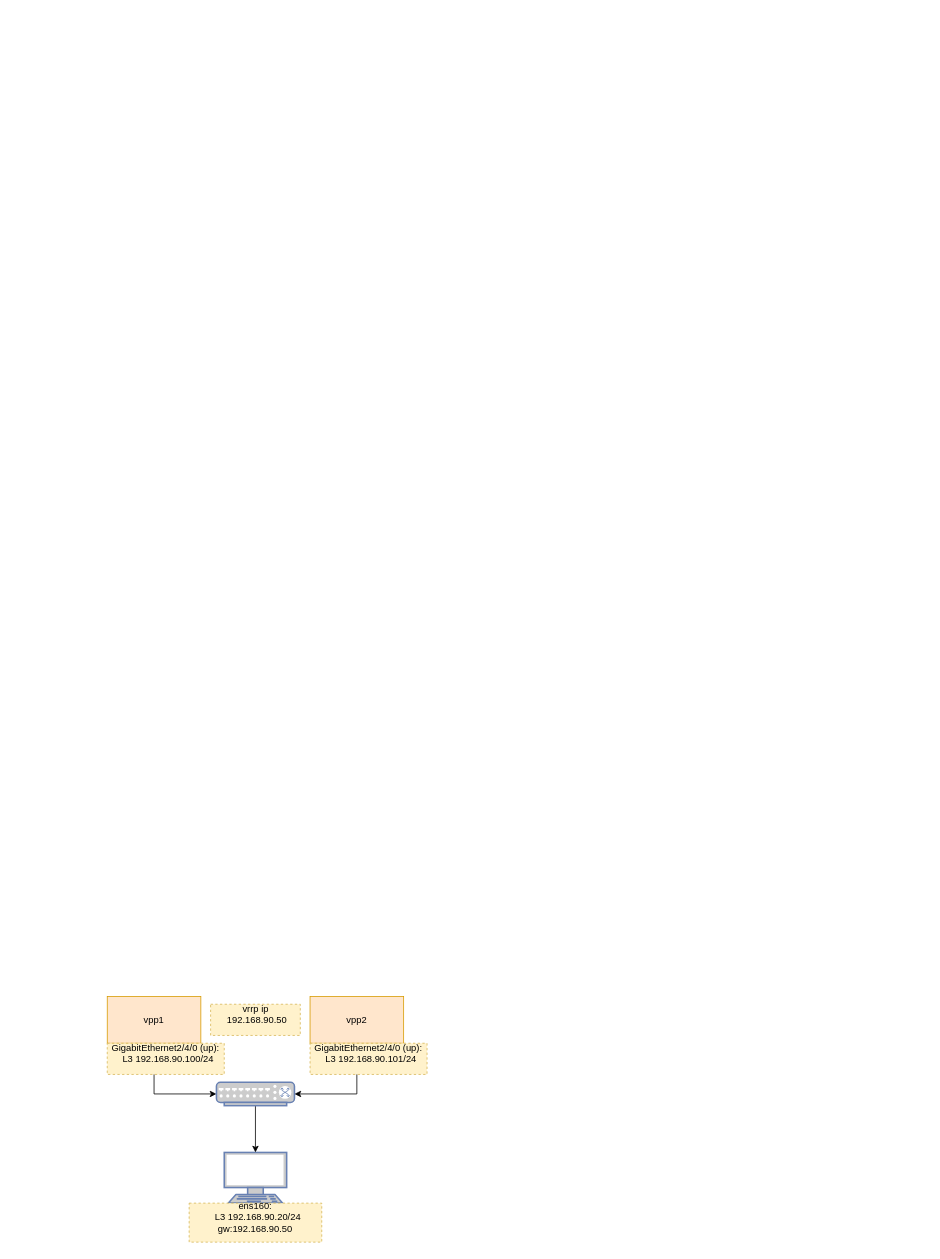
Above: new_map/vrrp.drawio in jin13417/dpdk-vpp-learning (draw.io), before the change. Source tidied: cells renumbered, new cells numbered last; positions are measured from the earlier drawing's top-left corner, leaving out a move shared by most shapes. Both pictures are drawn from the tidied source at 78%, with x=0, y=0 at pixel (107, 996).
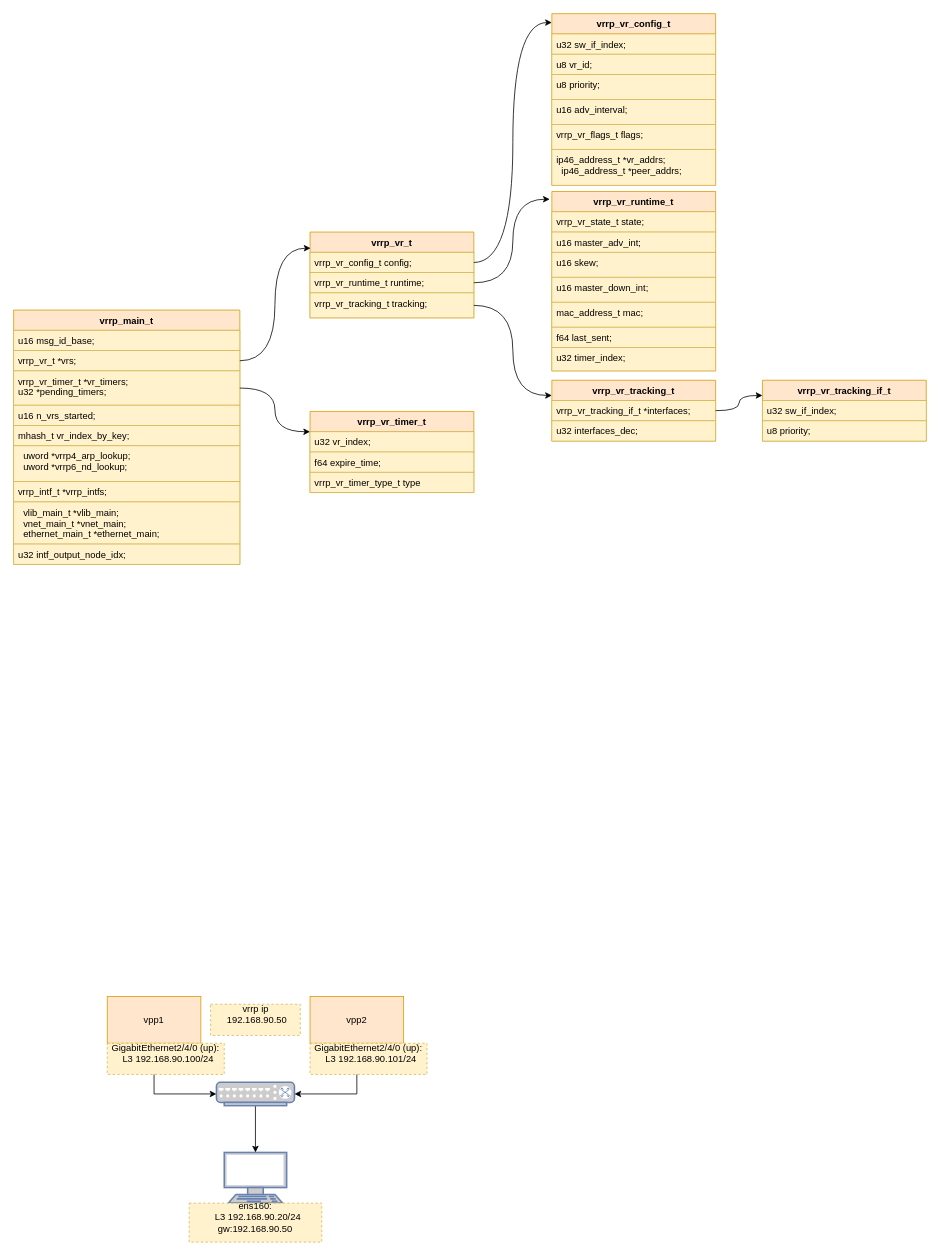
The same diagram, later.

What changed in the source:
```diff
@@
+    <mxCell id="13" value="vrrp_main_t" style="swimlane;fontStyle=1;align=center;verticalAlign=top;horizontal=1;startSize=26;strokeColor=#d79b00;fillColor=#ffe6cc;" parent="1" vertex="1">
+      <mxGeometry x="-120" y="-880" width="290" height="326" as="geometry" />
+    </mxCell>
+    <mxCell id="14" value="u16 msg_id_base;" style="text;strokeColor=#d6b656;fillColor=#fff2cc;align=left;verticalAlign=top;spacingLeft=4;spacingRight=4;overflow=hidden;" parent="13" vertex="1">
+      <mxGeometry y="26" width="290" height="26" as="geometry" />
+    </mxCell>
+    <mxCell id="15" value="vrrp_vr_t *vrs;" style="text;strokeColor=#d6b656;fillColor=#fff2cc;align=left;verticalAlign=top;spacingLeft=4;spacingRight=4;overflow=hidden;points=[[0,0.5],[1,0.5]];portConstraint=eastwest;" parent="13" vertex="1">
+      <mxGeometry y="52" width="290" height="26" as="geometry" />
+    </mxCell>
+    <mxCell id="16" value="vrrp_vr_timer_t *vr_timers;&#10;u32 *pending_timers;" style="text;strokeColor=#d6b656;fillColor=#fff2cc;align=left;verticalAlign=top;spacingLeft=4;spacingRight=4;overflow=hidden;points=[[0,0.5],[1,0.5]];portConstraint=eastwest;" parent="13" vertex="1">
+      <mxGeometry y="78" width="290" height="44" as="geometry" />
+    </mxCell>
+    <mxCell id="17" value="u16 n_vrs_started;" style="text;strokeColor=#d6b656;fillColor=#fff2cc;align=left;verticalAlign=top;spacingLeft=4;spacingRight=4;overflow=hidden;" parent="13" vertex="1">
+      <mxGeometry y="122" width="290" height="26" as="geometry" />
+    </mxCell>
+    <mxCell id="18" value="mhash_t vr_index_by_key;" style="text;strokeColor=#d6b656;fillColor=#fff2cc;align=left;verticalAlign=top;spacingLeft=4;spacingRight=4;overflow=hidden;" parent="13" vertex="1">
+      <mxGeometry y="148" width="290" height="26" as="geometry" />
+    </mxCell>
+    <mxCell id="19" value="  uword *vrrp4_arp_lookup;&#10;  uword *vrrp6_nd_lookup;" style="text;strokeColor=#d6b656;fillColor=#fff2cc;align=left;verticalAlign=top;spacingLeft=4;spacingRight=4;overflow=hidden;" parent="13" vertex="1">
+      <mxGeometry y="174" width="290" height="46" as="geometry" />
+    </mxCell>
+    <mxCell id="20" value="vrrp_intf_t *vrrp_intfs;" style="text;strokeColor=#d6b656;fillColor=#fff2cc;align=left;verticalAlign=top;spacingLeft=4;spacingRight=4;overflow=hidden;" parent="13" vertex="1">
+      <mxGeometry y="220" width="290" height="26" as="geometry" />
+    </mxCell>
+    <mxCell id="21" value="  vlib_main_t *vlib_main;&#10;  vnet_main_t *vnet_main;&#10;  ethernet_main_t *ethernet_main;" style="text;strokeColor=#d6b656;fillColor=#fff2cc;align=left;verticalAlign=top;spacingLeft=4;spacingRight=4;overflow=hidden;" parent="13" vertex="1">
+      <mxGeometry y="246" width="290" height="54" as="geometry" />
+    </mxCell>
+    <mxCell id="22" value="u32 intf_output_node_idx;" style="text;strokeColor=#d6b656;fillColor=#fff2cc;align=left;verticalAlign=top;spacingLeft=4;spacingRight=4;overflow=hidden;" parent="13" vertex="1">
+      <mxGeometry y="300" width="290" height="26" as="geometry" />
+    </mxCell>
+    <mxCell id="23" value="vrrp_vr_t" style="swimlane;fontStyle=1;align=center;verticalAlign=top;horizontal=1;startSize=26;strokeColor=#d79b00;fillColor=#ffe6cc;" parent="1" vertex="1">
+      <mxGeometry x="260" y="-980" width="210" height="110" as="geometry" />
+    </mxCell>
+    <mxCell id="24" value="vrrp_vr_config_t config;" style="text;strokeColor=#d6b656;fillColor=#fff2cc;align=left;verticalAlign=top;spacingLeft=4;spacingRight=4;overflow=hidden;points=[[0,0.5],[1,0.5]];portConstraint=eastwest;" parent="23" vertex="1">
+      <mxGeometry y="26" width="210" height="26" as="geometry" />
+    </mxCell>
+    <mxCell id="25" value="vrrp_vr_runtime_t runtime;" style="text;strokeColor=#d6b656;fillColor=#fff2cc;align=left;verticalAlign=top;spacingLeft=4;spacingRight=4;overflow=hidden;points=[[0,0.5],[1,0.5]];portConstraint=eastwest;" parent="23" vertex="1">
+      <mxGeometry y="52" width="210" height="26" as="geometry" />
+    </mxCell>
+    <mxCell id="26" value="vrrp_vr_tracking_t tracking;" style="text;strokeColor=#d6b656;fillColor=#fff2cc;align=left;verticalAlign=top;spacingLeft=4;spacingRight=4;overflow=hidden;points=[[0,0.5],[1,0.5]];portConstraint=eastwest;" parent="23" vertex="1">
+      <mxGeometry y="78" width="210" height="32" as="geometry" />
+    </mxCell>
+    <mxCell id="27" value="vrrp_vr_config_t" style="swimlane;fontStyle=1;align=center;verticalAlign=top;horizontal=1;startSize=26;strokeColor=#d79b00;fillColor=#ffe6cc;" parent="1" vertex="1">
+      <mxGeometry x="570" y="-1260" width="210" height="220" as="geometry" />
+    </mxCell>
+    <mxCell id="28" value="u32 sw_if_index;" style="text;strokeColor=#d6b656;fillColor=#fff2cc;align=left;verticalAlign=top;spacingLeft=4;spacingRight=4;overflow=hidden;" parent="27" vertex="1">
+      <mxGeometry y="26" width="210" height="26" as="geometry" />
+    </mxCell>
+    <mxCell id="29" value="u8 vr_id;" style="text;strokeColor=#d6b656;fillColor=#fff2cc;align=left;verticalAlign=top;spacingLeft=4;spacingRight=4;overflow=hidden;" parent="27" vertex="1">
+      <mxGeometry y="52" width="210" height="26" as="geometry" />
+    </mxCell>
+    <mxCell id="30" value="u8 priority;" style="text;strokeColor=#d6b656;fillColor=#fff2cc;align=left;verticalAlign=top;spacingLeft=4;spacingRight=4;overflow=hidden;" parent="27" vertex="1">
+      <mxGeometry y="78" width="210" height="32" as="geometry" />
+    </mxCell>
+    <mxCell id="31" value="u16 adv_interval;" style="text;strokeColor=#d6b656;fillColor=#fff2cc;align=left;verticalAlign=top;spacingLeft=4;spacingRight=4;overflow=hidden;" parent="27" vertex="1">
+      <mxGeometry y="110" width="210" height="32" as="geometry" />
+    </mxCell>
+    <mxCell id="32" value="vrrp_vr_flags_t flags;" style="text;strokeColor=#d6b656;fillColor=#fff2cc;align=left;verticalAlign=top;spacingLeft=4;spacingRight=4;overflow=hidden;" parent="27" vertex="1">
+      <mxGeometry y="142" width="210" height="32" as="geometry" />
+    </mxCell>
+    <mxCell id="33" value="ip46_address_t *vr_addrs;&#10;  ip46_address_t *peer_addrs;" style="text;strokeColor=#d6b656;fillColor=#fff2cc;align=left;verticalAlign=top;spacingLeft=4;spacingRight=4;overflow=hidden;" parent="27" vertex="1">
+      <mxGeometry y="174" width="210" height="46" as="geometry" />
+    </mxCell>
+    <mxCell id="34" value="vrrp_vr_runtime_t" style="swimlane;fontStyle=1;align=center;verticalAlign=top;horizontal=1;startSize=26;strokeColor=#d79b00;fillColor=#ffe6cc;" parent="1" vertex="1">
+      <mxGeometry x="570" y="-1032" width="210" height="230" as="geometry" />
+    </mxCell>
+    <mxCell id="35" value="vrrp_vr_state_t state;" style="text;strokeColor=#d6b656;fillColor=#fff2cc;align=left;verticalAlign=top;spacingLeft=4;spacingRight=4;overflow=hidden;" parent="34" vertex="1">
+      <mxGeometry y="26" width="210" height="26" as="geometry" />
+    </mxCell>
+    <mxCell id="36" value="u16 master_adv_int;" style="text;strokeColor=#d6b656;fillColor=#fff2cc;align=left;verticalAlign=top;spacingLeft=4;spacingRight=4;overflow=hidden;" parent="34" vertex="1">
+      <mxGeometry y="52" width="210" height="26" as="geometry" />
+    </mxCell>
+    <mxCell id="37" value="u16 skew;" style="text;strokeColor=#d6b656;fillColor=#fff2cc;align=left;verticalAlign=top;spacingLeft=4;spacingRight=4;overflow=hidden;" parent="34" vertex="1">
+      <mxGeometry y="78" width="210" height="32" as="geometry" />
+    </mxCell>
+    <mxCell id="38" value="u16 master_down_int;" style="text;strokeColor=#d6b656;fillColor=#fff2cc;align=left;verticalAlign=top;spacingLeft=4;spacingRight=4;overflow=hidden;" parent="34" vertex="1">
+      <mxGeometry y="110" width="210" height="32" as="geometry" />
+    </mxCell>
+    <mxCell id="39" value="mac_address_t mac;" style="text;strokeColor=#d6b656;fillColor=#fff2cc;align=left;verticalAlign=top;spacingLeft=4;spacingRight=4;overflow=hidden;" parent="34" vertex="1">
+      <mxGeometry y="142" width="210" height="32" as="geometry" />
+    </mxCell>
+    <mxCell id="40" value="f64 last_sent;" style="text;strokeColor=#d6b656;fillColor=#fff2cc;align=left;verticalAlign=top;spacingLeft=4;spacingRight=4;overflow=hidden;" parent="34" vertex="1">
+      <mxGeometry y="174" width="210" height="26" as="geometry" />
+    </mxCell>
+    <mxCell id="41" value="u32 timer_index;" style="text;strokeColor=#d6b656;fillColor=#fff2cc;align=left;verticalAlign=top;spacingLeft=4;spacingRight=4;overflow=hidden;" parent="34" vertex="1">
+      <mxGeometry y="200" width="210" height="30" as="geometry" />
+    </mxCell>
+    <mxCell id="42" value="vrrp_vr_tracking_t" style="swimlane;fontStyle=1;align=center;verticalAlign=top;horizontal=1;startSize=26;strokeColor=#d79b00;fillColor=#ffe6cc;" parent="1" vertex="1">
+      <mxGeometry x="570" y="-790" width="210" height="78" as="geometry" />
+    </mxCell>
+    <mxCell id="43" value="vrrp_vr_tracking_if_t *interfaces;" style="text;strokeColor=#d6b656;fillColor=#fff2cc;align=left;verticalAlign=top;spacingLeft=4;spacingRight=4;overflow=hidden;points=[[0,0.5],[1,0.5]];portConstraint=eastwest;" parent="42" vertex="1">
+      <mxGeometry y="26" width="210" height="26" as="geometry" />
+    </mxCell>
+    <mxCell id="44" value="u32 interfaces_dec;" style="text;strokeColor=#d6b656;fillColor=#fff2cc;align=left;verticalAlign=top;spacingLeft=4;spacingRight=4;overflow=hidden;" parent="42" vertex="1">
+      <mxGeometry y="52" width="210" height="26" as="geometry" />
+    </mxCell>
+    <mxCell id="45" value="vrrp_vr_tracking_if_t" style="swimlane;fontStyle=1;align=center;verticalAlign=top;horizontal=1;startSize=26;strokeColor=#d79b00;fillColor=#ffe6cc;" parent="1" vertex="1">
+      <mxGeometry x="840" y="-790" width="210" height="78" as="geometry" />
+    </mxCell>
+    <mxCell id="46" value="u32 sw_if_index;" style="text;strokeColor=#d6b656;fillColor=#fff2cc;align=left;verticalAlign=top;spacingLeft=4;spacingRight=4;overflow=hidden;" parent="45" vertex="1">
+      <mxGeometry y="26" width="210" height="26" as="geometry" />
+    </mxCell>
+    <mxCell id="47" value="u8 priority;" style="text;strokeColor=#d6b656;fillColor=#fff2cc;align=left;verticalAlign=top;spacingLeft=4;spacingRight=4;overflow=hidden;" parent="45" vertex="1">
+      <mxGeometry y="52" width="210" height="26" as="geometry" />
+    </mxCell>
+    <mxCell id="48" value="vrrp_vr_timer_t" style="swimlane;fontStyle=1;align=center;verticalAlign=top;horizontal=1;startSize=26;strokeColor=#d79b00;fillColor=#ffe6cc;" parent="1" vertex="1">
+      <mxGeometry x="260" y="-750" width="210" height="104" as="geometry" />
+    </mxCell>
+    <mxCell id="49" value="u32 vr_index;" style="text;strokeColor=#d6b656;fillColor=#fff2cc;align=left;verticalAlign=top;spacingLeft=4;spacingRight=4;overflow=hidden;" parent="48" vertex="1">
+      <mxGeometry y="26" width="210" height="26" as="geometry" />
+    </mxCell>
+    <mxCell id="50" value="f64 expire_time;" style="text;strokeColor=#d6b656;fillColor=#fff2cc;align=left;verticalAlign=top;spacingLeft=4;spacingRight=4;overflow=hidden;" parent="48" vertex="1">
+      <mxGeometry y="52" width="210" height="26" as="geometry" />
+    </mxCell>
+    <mxCell id="51" value="vrrp_vr_timer_type_t type" style="text;strokeColor=#d6b656;fillColor=#fff2cc;align=left;verticalAlign=top;spacingLeft=4;spacingRight=4;overflow=hidden;" parent="48" vertex="1">
+      <mxGeometry y="78" width="210" height="26" as="geometry" />
+    </mxCell>
+    <mxCell id="52" style="edgeStyle=orthogonalEdgeStyle;curved=1;rounded=0;jettySize=auto;html=1;exitX=1;exitY=0.5;exitDx=0;exitDy=0;entryX=0.003;entryY=0.188;entryDx=0;entryDy=0;entryPerimeter=0;" parent="1" edge="1" source="15" target="23">
+      <mxGeometry relative="1" as="geometry" />
+    </mxCell>
+    <mxCell id="53" style="edgeStyle=orthogonalEdgeStyle;curved=1;rounded=0;jettySize=auto;html=1;exitX=1;exitY=0.5;exitDx=0;exitDy=0;entryX=-0.013;entryY=0.043;entryDx=0;entryDy=0;entryPerimeter=0;" parent="1" edge="1" source="25" target="34">
+      <mxGeometry relative="1" as="geometry" />
+    </mxCell>
+    <mxCell id="54" style="edgeStyle=orthogonalEdgeStyle;curved=1;rounded=0;jettySize=auto;html=1;exitX=1;exitY=0.5;exitDx=0;exitDy=0;entryX=0;entryY=0.25;entryDx=0;entryDy=0;" parent="1" edge="1" source="26" target="42">
+      <mxGeometry relative="1" as="geometry" />
+    </mxCell>
+    <mxCell id="55" style="edgeStyle=orthogonalEdgeStyle;curved=1;rounded=0;jettySize=auto;html=1;exitX=1;exitY=0.5;exitDx=0;exitDy=0;entryX=0;entryY=0.25;entryDx=0;entryDy=0;" parent="1" edge="1" source="43" target="45">
+      <mxGeometry relative="1" as="geometry" />
+    </mxCell>
+    <mxCell id="56" style="edgeStyle=orthogonalEdgeStyle;curved=1;rounded=0;jettySize=auto;html=1;exitX=1;exitY=0.5;exitDx=0;exitDy=0;entryX=0;entryY=0.052;entryDx=0;entryDy=0;entryPerimeter=0;" parent="1" edge="1" source="24" target="27">
+      <mxGeometry relative="1" as="geometry" />
+    </mxCell>
+    <mxCell id="57" style="edgeStyle=orthogonalEdgeStyle;curved=1;rounded=0;jettySize=auto;html=1;exitX=1;exitY=0.5;exitDx=0;exitDy=0;entryX=0;entryY=0.25;entryDx=0;entryDy=0;" parent="1" edge="1" source="16" target="48">
+      <mxGeometry relative="1" as="geometry" />
+    </mxCell>
```
